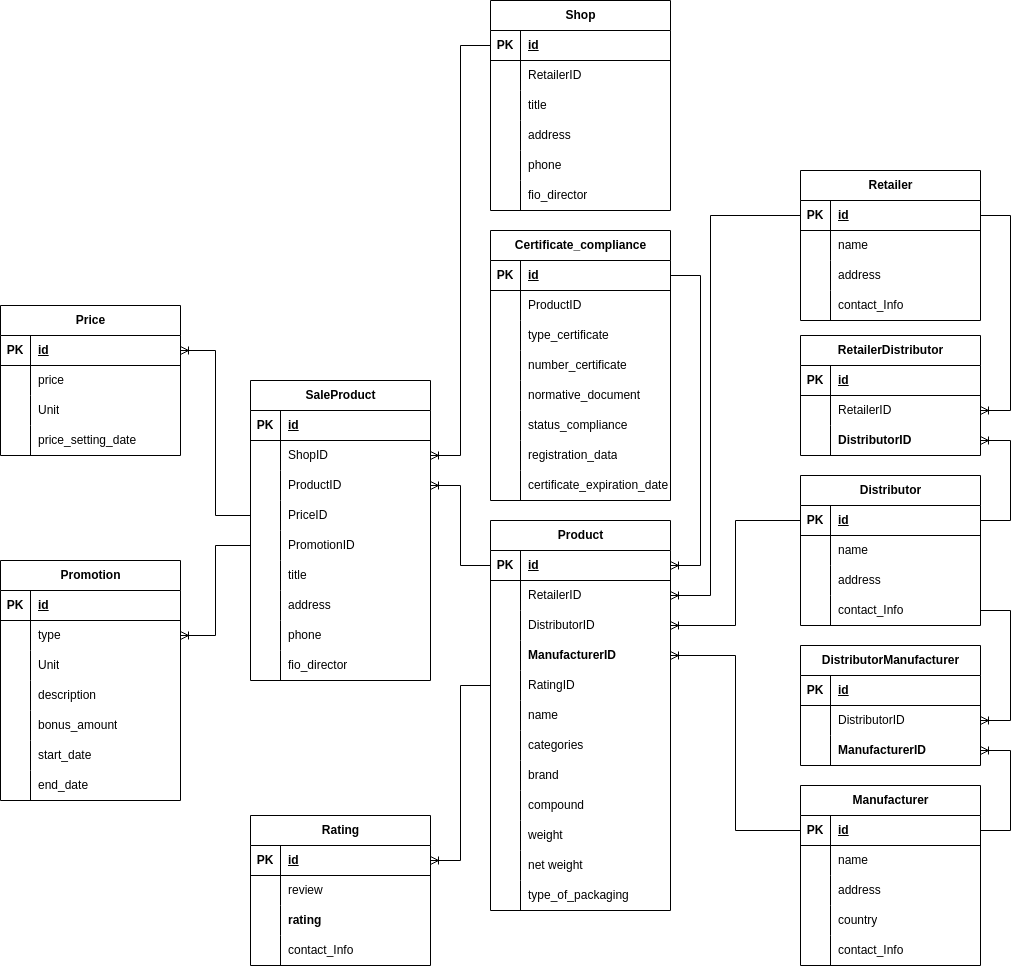
nikitalystsev/db_course keeps this draw.io diagram as docs/coursework/inc/img/er-entities-diag.drawio.png. Above is the earlier version. Source tidied: cells renumbered, new cells last; positions are measured from the earlier drawing's top-left corner, leaving out a move shared by most shapes.
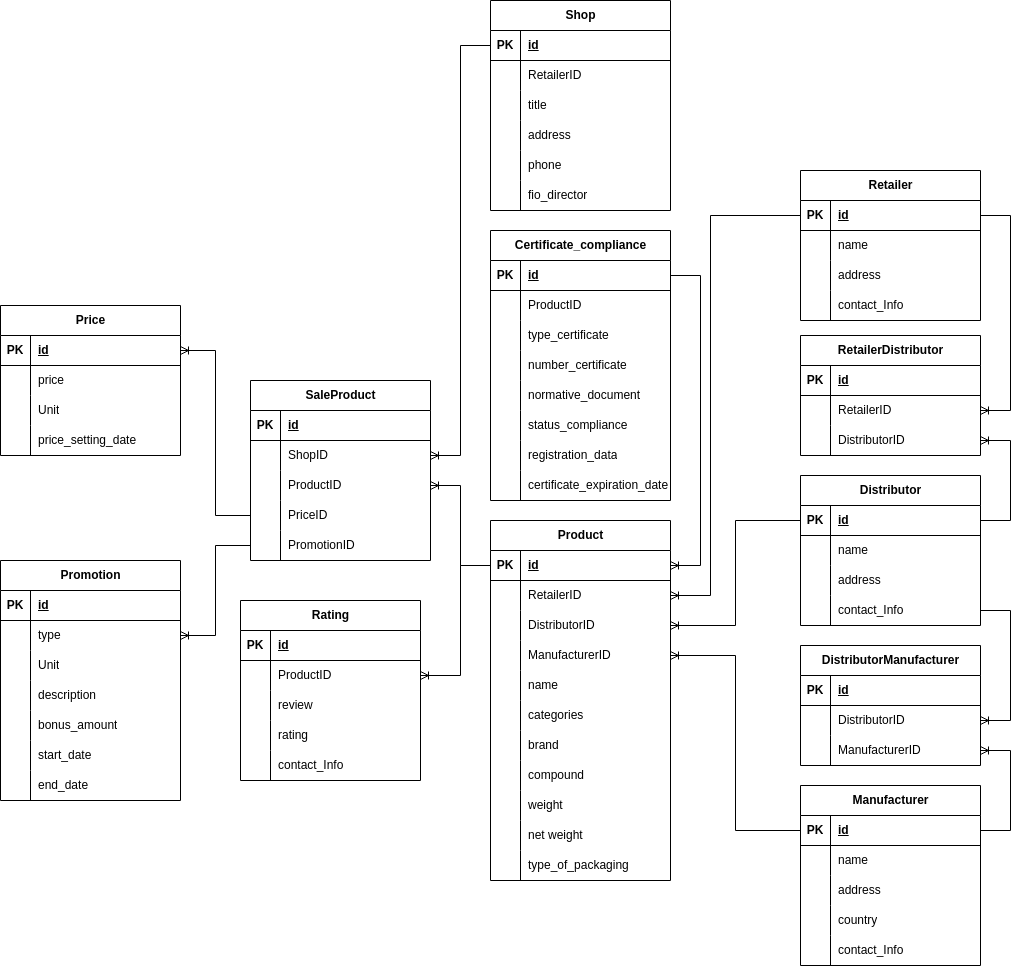
The same file after the commit.

The edit, as a diff of the source:
```diff
@@ -3,7 +3,7 @@
     <mxCell id="0" />
     <mxCell id="1" parent="0" />
     <mxCell id="2" value="Product" style="shape=table;startSize=30;rowLines=0;fontStyle=1;align=center;html=1;" parent="1" vertex="1">
-      <mxGeometry x="490" y="520" width="180" height="390" as="geometry" />
+      <mxGeometry x="490" y="520" width="180" height="360" as="geometry" />
     </mxCell>
     <mxCell id="3" style="shape=tableRow;horizontal=0;startSize=0;swimlaneHead=0;swimlaneBody=0;fillColor=none;points=[[0,0.5],[1,0.5]];portConstraint=eastwest;top=0;left=0;right=0;bottom=1;" parent="2" vertex="1">
       <mxGeometry y="30" width="180" height="30" as="geometry" />
@@ -38,20 +38,11 @@
     <mxCell id="13" style="shape=partialRectangle;fillColor=none;top=0;left=0;bottom=0;right=0;overflow=hidden;whiteSpace=wrap;html=1;" parent="12" vertex="1">
       <mxGeometry width="30" height="30" as="geometry" />
     </mxCell>
-    <mxCell id="14" value="&lt;div style=&quot;text-align: center;&quot;&gt;&lt;span style=&quot;text-wrap: nowrap;&quot;&gt;&lt;b&gt;ManufacturerID&lt;/b&gt;&lt;/span&gt;&lt;br&gt;&lt;/div&gt;" style="shape=partialRectangle;fillColor=none;top=0;left=0;bottom=0;right=0;align=left;spacingLeft=6;overflow=hidden;whiteSpace=wrap;html=1;" parent="12" vertex="1">
+    <mxCell id="14" value="&lt;div style=&quot;text-align: center;&quot;&gt;&lt;span style=&quot;text-wrap: nowrap;&quot;&gt;ManufacturerID&lt;/span&gt;&lt;br&gt;&lt;/div&gt;" style="shape=partialRectangle;fillColor=none;top=0;left=0;bottom=0;right=0;align=left;spacingLeft=6;overflow=hidden;whiteSpace=wrap;html=1;" parent="12" vertex="1">
       <mxGeometry x="30" width="150" height="30" as="geometry" />
     </mxCell>
-    <mxCell id="15" style="shape=tableRow;horizontal=0;startSize=0;swimlaneHead=0;swimlaneBody=0;fillColor=none;points=[[0,0.5],[1,0.5]];portConstraint=eastwest;top=0;left=0;right=0;bottom=0;" parent="2" vertex="1">
-      <mxGeometry y="150" width="180" height="30" as="geometry" />
-    </mxCell>
-    <mxCell id="16" style="shape=partialRectangle;fillColor=none;top=0;left=0;bottom=0;right=0;overflow=hidden;whiteSpace=wrap;html=1;" parent="15" vertex="1">
-      <mxGeometry width="30" height="30" as="geometry" />
-    </mxCell>
-    <mxCell id="17" value="RatingID" style="shape=partialRectangle;fillColor=none;top=0;left=0;bottom=0;right=0;align=left;spacingLeft=6;overflow=hidden;whiteSpace=wrap;html=1;" parent="15" vertex="1">
-      <mxGeometry x="30" width="150" height="30" as="geometry" />
-    </mxCell>
     <mxCell id="18" style="shape=tableRow;horizontal=0;startSize=0;swimlaneHead=0;swimlaneBody=0;fillColor=none;top=0;left=0;right=0;bottom=0;" parent="2" vertex="1">
-      <mxGeometry y="180" width="180" height="30" as="geometry" />
+      <mxGeometry y="150" width="180" height="30" as="geometry" />
     </mxCell>
     <mxCell id="19" style="shape=partialRectangle;fillColor=none;top=0;left=0;bottom=0;right=0;overflow=hidden;whiteSpace=wrap;html=1;" parent="18" vertex="1">
       <mxGeometry width="30" height="30" as="geometry" />
@@ -60,7 +51,7 @@
       <mxGeometry x="30" width="150" height="30" as="geometry" />
     </mxCell>
     <mxCell id="21" style="shape=tableRow;horizontal=0;startSize=0;swimlaneHead=0;swimlaneBody=0;fillColor=none;top=0;left=0;right=0;bottom=0;" parent="2" vertex="1">
-      <mxGeometry y="210" width="180" height="30" as="geometry" />
+      <mxGeometry y="180" width="180" height="30" as="geometry" />
     </mxCell>
     <mxCell id="22" style="shape=partialRectangle;fillColor=none;top=0;left=0;bottom=0;right=0;overflow=hidden;whiteSpace=wrap;html=1;" parent="21" vertex="1">
       <mxGeometry width="30" height="30" as="geometry" />
@@ -69,7 +60,7 @@
       <mxGeometry x="30" width="150" height="30" as="geometry" />
     </mxCell>
     <mxCell id="24" style="shape=tableRow;horizontal=0;startSize=0;swimlaneHead=0;swimlaneBody=0;fillColor=none;top=0;left=0;right=0;bottom=0;" parent="2" vertex="1">
-      <mxGeometry y="240" width="180" height="30" as="geometry" />
+      <mxGeometry y="210" width="180" height="30" as="geometry" />
     </mxCell>
     <mxCell id="25" style="shape=partialRectangle;fillColor=none;top=0;left=0;bottom=0;right=0;overflow=hidden;whiteSpace=wrap;html=1;" parent="24" vertex="1">
       <mxGeometry width="30" height="30" as="geometry" />
@@ -78,7 +69,7 @@
       <mxGeometry x="30" width="150" height="30" as="geometry" />
     </mxCell>
     <mxCell id="27" style="shape=tableRow;horizontal=0;startSize=0;swimlaneHead=0;swimlaneBody=0;fillColor=none;top=0;left=0;right=0;bottom=0;" parent="2" vertex="1">
-      <mxGeometry y="270" width="180" height="30" as="geometry" />
+      <mxGeometry y="240" width="180" height="30" as="geometry" />
     </mxCell>
     <mxCell id="28" style="shape=partialRectangle;fillColor=none;top=0;left=0;bottom=0;right=0;overflow=hidden;whiteSpace=wrap;html=1;" parent="27" vertex="1">
       <mxGeometry width="30" height="30" as="geometry" />
@@ -87,7 +78,7 @@
       <mxGeometry x="30" width="150" height="30" as="geometry" />
     </mxCell>
     <mxCell id="30" style="shape=tableRow;horizontal=0;startSize=0;swimlaneHead=0;swimlaneBody=0;fillColor=none;top=0;left=0;right=0;bottom=0;" parent="2" vertex="1">
-      <mxGeometry y="300" width="180" height="30" as="geometry" />
+      <mxGeometry y="270" width="180" height="30" as="geometry" />
     </mxCell>
     <mxCell id="31" style="shape=partialRectangle;fillColor=none;top=0;left=0;bottom=0;right=0;overflow=hidden;whiteSpace=wrap;html=1;" parent="30" vertex="1">
       <mxGeometry width="30" height="30" as="geometry" />
@@ -96,7 +87,7 @@
       <mxGeometry x="30" width="150" height="30" as="geometry" />
     </mxCell>
     <mxCell id="33" style="shape=tableRow;horizontal=0;startSize=0;swimlaneHead=0;swimlaneBody=0;fillColor=none;top=0;left=0;right=0;bottom=0;" parent="2" vertex="1">
-      <mxGeometry y="330" width="180" height="30" as="geometry" />
+      <mxGeometry y="300" width="180" height="30" as="geometry" />
     </mxCell>
     <mxCell id="34" style="shape=partialRectangle;fillColor=none;top=0;left=0;bottom=0;right=0;overflow=hidden;whiteSpace=wrap;html=1;" parent="33" vertex="1">
       <mxGeometry width="30" height="30" as="geometry" />
@@ -105,7 +96,7 @@
       <mxGeometry x="30" width="150" height="30" as="geometry" />
     </mxCell>
     <mxCell id="36" style="shape=tableRow;horizontal=0;startSize=0;swimlaneHead=0;swimlaneBody=0;fillColor=none;top=0;left=0;right=0;bottom=0;" parent="2" vertex="1">
-      <mxGeometry y="360" width="180" height="30" as="geometry" />
+      <mxGeometry y="330" width="180" height="30" as="geometry" />
     </mxCell>
     <mxCell id="37" style="shape=partialRectangle;fillColor=none;top=0;left=0;bottom=0;right=0;overflow=hidden;whiteSpace=wrap;html=1;" parent="36" vertex="1">
       <mxGeometry width="30" height="30" as="geometry" />
@@ -269,7 +260,7 @@
     <mxCell id="90" style="shape=partialRectangle;fillColor=none;top=0;left=0;bottom=0;right=0;overflow=hidden;whiteSpace=wrap;html=1;" parent="89" vertex="1">
       <mxGeometry width="30" height="30" as="geometry" />
     </mxCell>
-    <mxCell id="91" value="&lt;span style=&quot;font-weight: 700; text-align: center; text-wrap: nowrap;&quot;&gt;ManufacturerID&lt;/span&gt;" style="shape=partialRectangle;fillColor=none;top=0;left=0;bottom=0;right=0;align=left;spacingLeft=6;overflow=hidden;whiteSpace=wrap;html=1;" parent="89" vertex="1">
+    <mxCell id="91" value="&lt;span style=&quot;text-align: center; text-wrap: nowrap;&quot;&gt;ManufacturerID&lt;/span&gt;" style="shape=partialRectangle;fillColor=none;top=0;left=0;bottom=0;right=0;align=left;spacingLeft=6;overflow=hidden;whiteSpace=wrap;html=1;" parent="89" vertex="1">
       <mxGeometry x="30" width="150" height="30" as="geometry" />
     </mxCell>
     <mxCell id="92" style="edgeStyle=orthogonalEdgeStyle;fontSize=12;html=1;endArrow=ERoneToMany;rounded=0;entryX=1;entryY=0.5;entryDx=0;entryDy=0;exitX=1;exitY=0.5;exitDx=0;exitDy=0;" parent="1" edge="1" source="67" target="89">
@@ -307,7 +298,7 @@
     <mxCell id="101" style="shape=partialRectangle;fillColor=none;top=0;left=0;bottom=0;right=0;overflow=hidden;whiteSpace=wrap;html=1;" parent="100" vertex="1">
       <mxGeometry width="30" height="30" as="geometry" />
     </mxCell>
-    <mxCell id="102" value="&lt;span style=&quot;font-weight: 700; text-align: center; text-wrap: nowrap;&quot;&gt;DistributorID&lt;/span&gt;" style="shape=partialRectangle;fillColor=none;top=0;left=0;bottom=0;right=0;align=left;spacingLeft=6;overflow=hidden;whiteSpace=wrap;html=1;" parent="100" vertex="1">
+    <mxCell id="102" value="&lt;span style=&quot;text-align: center; text-wrap: nowrap;&quot;&gt;DistributorID&lt;/span&gt;" style="shape=partialRectangle;fillColor=none;top=0;left=0;bottom=0;right=0;align=left;spacingLeft=6;overflow=hidden;whiteSpace=wrap;html=1;" parent="100" vertex="1">
       <mxGeometry x="30" width="150" height="30" as="geometry" />
     </mxCell>
     <mxCell id="103" value="Shop" style="shape=table;startSize=30;rowLines=0;fontStyle=1;align=center;html=1;" parent="1" vertex="1">
@@ -368,7 +359,7 @@
       <mxGeometry x="30" width="150" height="30" as="geometry" />
     </mxCell>
     <mxCell id="122" value="SaleProduct" style="shape=table;startSize=30;rowLines=0;fontStyle=1;align=center;html=1;" parent="1" vertex="1">
-      <mxGeometry x="250" y="380" width="180" height="300" as="geometry" />
+      <mxGeometry x="250" y="380" width="180" height="180" as="geometry" />
     </mxCell>
     <mxCell id="123" style="shape=tableRow;horizontal=0;startSize=0;swimlaneHead=0;swimlaneBody=0;fillColor=none;top=0;left=0;right=0;bottom=1;" parent="122" vertex="1">
       <mxGeometry y="30" width="180" height="30" as="geometry" />
@@ -415,42 +406,6 @@
     <mxCell id="137" value="PromotionID" style="shape=partialRectangle;fillColor=none;top=0;left=0;bottom=0;right=0;align=left;spacingLeft=6;overflow=hidden;whiteSpace=wrap;html=1;" parent="135" vertex="1">
       <mxGeometry x="30" width="150" height="30" as="geometry" />
     </mxCell>
-    <mxCell id="138" style="shape=tableRow;horizontal=0;startSize=0;swimlaneHead=0;swimlaneBody=0;fillColor=none;top=0;left=0;right=0;bottom=0;" parent="122" vertex="1">
-      <mxGeometry y="180" width="180" height="30" as="geometry" />
-    </mxCell>
-    <mxCell id="139" style="shape=partialRectangle;fillColor=none;top=0;left=0;bottom=0;right=0;overflow=hidden;whiteSpace=wrap;html=1;" parent="138" vertex="1">
-      <mxGeometry width="30" height="30" as="geometry" />
-    </mxCell>
-    <mxCell id="140" value="title" style="shape=partialRectangle;fillColor=none;top=0;left=0;bottom=0;right=0;align=left;spacingLeft=6;overflow=hidden;whiteSpace=wrap;html=1;" parent="138" vertex="1">
-      <mxGeometry x="30" width="150" height="30" as="geometry" />
-    </mxCell>
-    <mxCell id="141" style="shape=tableRow;horizontal=0;startSize=0;swimlaneHead=0;swimlaneBody=0;fillColor=none;top=0;left=0;right=0;bottom=0;" parent="122" vertex="1">
-      <mxGeometry y="210" width="180" height="30" as="geometry" />
-    </mxCell>
-    <mxCell id="142" style="shape=partialRectangle;fillColor=none;top=0;left=0;bottom=0;right=0;overflow=hidden;whiteSpace=wrap;html=1;" parent="141" vertex="1">
-      <mxGeometry width="30" height="30" as="geometry" />
-    </mxCell>
-    <mxCell id="143" value="address" style="shape=partialRectangle;fillColor=none;top=0;left=0;bottom=0;right=0;align=left;spacingLeft=6;overflow=hidden;whiteSpace=wrap;html=1;" parent="141" vertex="1">
-      <mxGeometry x="30" width="150" height="30" as="geometry" />
-    </mxCell>
-    <mxCell id="144" style="shape=tableRow;horizontal=0;startSize=0;swimlaneHead=0;swimlaneBody=0;fillColor=none;top=0;left=0;right=0;bottom=0;" parent="122" vertex="1">
-      <mxGeometry y="240" width="180" height="30" as="geometry" />
-    </mxCell>
-    <mxCell id="145" style="shape=partialRectangle;fillColor=none;top=0;left=0;bottom=0;right=0;overflow=hidden;whiteSpace=wrap;html=1;" parent="144" vertex="1">
-      <mxGeometry width="30" height="30" as="geometry" />
-    </mxCell>
-    <mxCell id="146" value="phone" style="shape=partialRectangle;fillColor=none;top=0;left=0;bottom=0;right=0;align=left;spacingLeft=6;overflow=hidden;whiteSpace=wrap;html=1;" parent="144" vertex="1">
-      <mxGeometry x="30" width="150" height="30" as="geometry" />
-    </mxCell>
-    <mxCell id="147" style="shape=tableRow;horizontal=0;startSize=0;swimlaneHead=0;swimlaneBody=0;fillColor=none;top=0;left=0;right=0;bottom=0;" parent="122" vertex="1">
-      <mxGeometry y="270" width="180" height="30" as="geometry" />
-    </mxCell>
-    <mxCell id="148" style="shape=partialRectangle;fillColor=none;top=0;left=0;bottom=0;right=0;overflow=hidden;whiteSpace=wrap;html=1;" parent="147" vertex="1">
-      <mxGeometry width="30" height="30" as="geometry" />
-    </mxCell>
-    <mxCell id="149" value="fio_director" style="shape=partialRectangle;fillColor=none;top=0;left=0;bottom=0;right=0;align=left;spacingLeft=6;overflow=hidden;whiteSpace=wrap;html=1;" parent="147" vertex="1">
-      <mxGeometry x="30" width="150" height="30" as="geometry" />
-    </mxCell>
     <mxCell id="150" style="edgeStyle=orthogonalEdgeStyle;fontSize=12;html=1;endArrow=ERoneToMany;rounded=0;entryX=1;entryY=0.5;entryDx=0;entryDy=0;exitX=0;exitY=0.5;exitDx=0;exitDy=0;" parent="1" edge="1" source="104" target="126">
       <mxGeometry relative="1" as="geometry" />
     </mxCell>
@@ -569,7 +524,7 @@
       <mxGeometry relative="1" as="geometry" />
     </mxCell>
     <mxCell id="189" value="Rating" style="shape=table;startSize=30;rowLines=0;fontStyle=1;align=center;html=1;" parent="1" vertex="1">
-      <mxGeometry x="250" y="815" width="180" height="150" as="geometry" />
+      <mxGeometry x="240" y="600" width="180" height="180" as="geometry" />
     </mxCell>
     <mxCell id="190" style="shape=tableRow;horizontal=0;startSize=0;swimlaneHead=0;swimlaneBody=0;fillColor=none;points=[[0,0.5],[1,0.5]];portConstraint=eastwest;top=0;left=0;right=0;bottom=1;" parent="189" vertex="1">
       <mxGeometry y="30" width="180" height="30" as="geometry" />
@@ -586,20 +541,29 @@
     <mxCell id="194" style="shape=partialRectangle;fillColor=none;top=0;left=0;bottom=0;right=0;overflow=hidden;whiteSpace=wrap;html=1;" parent="193" vertex="1">
       <mxGeometry width="30" height="30" as="geometry" />
     </mxCell>
-    <mxCell id="195" value="review" style="shape=partialRectangle;fillColor=none;top=0;left=0;bottom=0;right=0;align=left;spacingLeft=6;overflow=hidden;whiteSpace=wrap;html=1;" parent="193" vertex="1">
+    <mxCell id="195" value="ProductID" style="shape=partialRectangle;fillColor=none;top=0;left=0;bottom=0;right=0;align=left;spacingLeft=6;overflow=hidden;whiteSpace=wrap;html=1;" parent="193" vertex="1">
       <mxGeometry x="30" width="150" height="30" as="geometry" />
     </mxCell>
+    <mxCell id="234" style="shape=tableRow;horizontal=0;startSize=0;swimlaneHead=0;swimlaneBody=0;fillColor=none;top=0;left=0;right=0;bottom=0;" parent="189" vertex="1">
+      <mxGeometry y="90" width="180" height="30" as="geometry" />
+    </mxCell>
+    <mxCell id="235" style="shape=partialRectangle;fillColor=none;top=0;left=0;bottom=0;right=0;overflow=hidden;whiteSpace=wrap;html=1;" parent="234" vertex="1">
+      <mxGeometry width="30" height="30" as="geometry" />
+    </mxCell>
+    <mxCell id="236" value="review" style="shape=partialRectangle;fillColor=none;top=0;left=0;bottom=0;right=0;align=left;spacingLeft=6;overflow=hidden;whiteSpace=wrap;html=1;" parent="234" vertex="1">
+      <mxGeometry x="30" width="150" height="30" as="geometry" />
+    </mxCell>
     <mxCell id="196" style="shape=tableRow;horizontal=0;startSize=0;swimlaneHead=0;swimlaneBody=0;fillColor=none;top=0;left=0;right=0;bottom=0;" parent="189" vertex="1">
-      <mxGeometry y="90" width="180" height="30" as="geometry" />
+      <mxGeometry y="120" width="180" height="30" as="geometry" />
     </mxCell>
     <mxCell id="197" style="shape=partialRectangle;fillColor=none;top=0;left=0;bottom=0;right=0;overflow=hidden;whiteSpace=wrap;html=1;" parent="196" vertex="1">
       <mxGeometry width="30" height="30" as="geometry" />
     </mxCell>
-    <mxCell id="198" value="&lt;div style=&quot;text-align: center;&quot;&gt;&lt;span style=&quot;background-color: initial; text-wrap: nowrap;&quot;&gt;&lt;b&gt;rating&lt;/b&gt;&lt;/span&gt;&lt;/div&gt;" style="shape=partialRectangle;fillColor=none;top=0;left=0;bottom=0;right=0;align=left;spacingLeft=6;overflow=hidden;whiteSpace=wrap;html=1;" parent="196" vertex="1">
+    <mxCell id="198" value="&lt;div style=&quot;text-align: center;&quot;&gt;&lt;span style=&quot;background-color: initial; text-wrap: nowrap;&quot;&gt;rating&lt;/span&gt;&lt;/div&gt;" style="shape=partialRectangle;fillColor=none;top=0;left=0;bottom=0;right=0;align=left;spacingLeft=6;overflow=hidden;whiteSpace=wrap;html=1;" parent="196" vertex="1">
       <mxGeometry x="30" width="150" height="30" as="geometry" />
     </mxCell>
     <mxCell id="199" style="shape=tableRow;horizontal=0;startSize=0;swimlaneHead=0;swimlaneBody=0;fillColor=none;top=0;left=0;right=0;bottom=0;" parent="189" vertex="1">
-      <mxGeometry y="120" width="180" height="30" as="geometry" />
+      <mxGeometry y="150" width="180" height="30" as="geometry" />
     </mxCell>
     <mxCell id="200" style="shape=partialRectangle;fillColor=none;top=0;left=0;bottom=0;right=0;overflow=hidden;whiteSpace=wrap;html=1;" parent="199" vertex="1">
       <mxGeometry width="30" height="30" as="geometry" />
@@ -607,9 +571,6 @@
     <mxCell id="201" value="contact_Info" style="shape=partialRectangle;fillColor=none;top=0;left=0;bottom=0;right=0;align=left;spacingLeft=6;overflow=hidden;whiteSpace=wrap;html=1;" parent="199" vertex="1">
       <mxGeometry x="30" width="150" height="30" as="geometry" />
     </mxCell>
-    <mxCell id="202" style="edgeStyle=orthogonalEdgeStyle;fontSize=12;html=1;endArrow=ERoneToMany;rounded=0;entryX=1;entryY=0.5;entryDx=0;entryDy=0;exitX=0;exitY=0.5;exitDx=0;exitDy=0;" parent="1" edge="1" source="15" target="190">
-      <mxGeometry relative="1" as="geometry" />
-    </mxCell>
     <mxCell id="203" style="edgeStyle=entityRelationEdgeStyle;fontSize=12;html=1;endArrow=ERoneToMany;rounded=0;entryX=1;entryY=0.5;entryDx=0;entryDy=0;exitX=1;exitY=0.5;exitDx=0;exitDy=0;" parent="1" edge="1" source="40" target="97">
       <mxGeometry relative="1" as="geometry" />
     </mxCell>
@@ -723,5 +684,13 @@
         </Array>
       </mxGeometry>
     </mxCell>
+    <mxCell id="237" style="edgeStyle=orthogonalEdgeStyle;fontSize=12;html=1;endArrow=ERoneToMany;rounded=0;entryX=1;entryY=0.5;entryDx=0;entryDy=0;exitX=0;exitY=0.5;exitDx=0;exitDy=0;" parent="1" edge="1" source="3" target="193">
+      <mxGeometry relative="1" as="geometry">
+        <Array as="points">
+          <mxPoint x="460" y="565" />
+          <mxPoint x="460" y="675" />
+        </Array>
+      </mxGeometry>
+    </mxCell>
   </root>
 </mxGraphModel>
```
